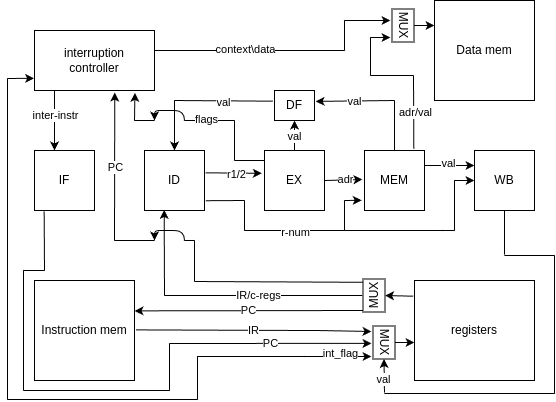
tinunadno/csa_4th_lab keeps this draw.io diagram as contents/risc_DATAPATH.png. Above is the earlier version. Source tidied: cells renumbered, new cells last; positions are measured from the earlier drawing's top-left corner, leaving out a move shared by most shapes.
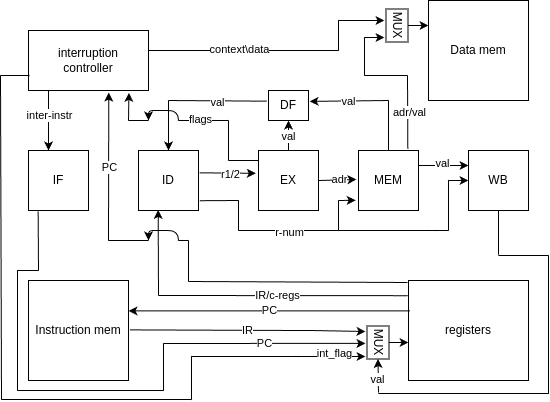
Later version of the same file.

The edit, as a diff of the source:
```diff
@@ -29,9 +29,8 @@
     <mxCell id="10" value="Instruction mem" style="whiteSpace=wrap;html=1;" parent="1" vertex="1">
       <mxGeometry x="27" y="280" width="100" height="100" as="geometry" />
     </mxCell>
-    <mxCell id="11" value="PC" style="endArrow=classic;html=1;rounded=0;entryX=1.011;entryY=0.649;entryDx=0;entryDy=0;entryPerimeter=0;exitX=0.5;exitY=0;exitDx=0;exitDy=0;" parent="1" edge="1">
+    <mxCell id="11" value="PC" style="endArrow=classic;html=1;rounded=0;entryX=1.011;entryY=0.649;entryDx=0;entryDy=0;entryPerimeter=0;exitX=0.011;exitY=0.304;exitDx=0;exitDy=0;exitPerimeter=0;" parent="1" edge="1" source="8">
       <mxGeometry relative="1" as="geometry">
-        <mxPoint x="355.5" y="310" as="sourcePoint" />
         <mxPoint x="127" y="310.3" as="targetPoint" />
       </mxGeometry>
     </mxCell>
@@ -67,10 +66,9 @@
         <mxPoint x="364" y="342.9" as="targetPoint" />
       </mxGeometry>
     </mxCell>
-    <mxCell id="17" style="endArrow=none;html=1;rounded=0;entryX=0.278;entryY=-0.122;entryDx=0;entryDy=0;entryPerimeter=0;" parent="1" edge="1">
+    <mxCell id="17" style="endArrow=none;html=1;rounded=0;entryX=-0.006;entryY=0.152;entryDx=0;entryDy=0;entryPerimeter=0;" parent="1" edge="1" target="8">
       <mxGeometry relative="1" as="geometry">
         <mxPoint x="157" y="295" as="sourcePoint" />
-        <mxPoint x="354.8" y="295" as="targetPoint" />
       </mxGeometry>
     </mxCell>
     <mxCell id="18" value="IR/c-regs" style="edgeLabel;html=1;align=center;verticalAlign=middle;" parent="17" vertex="1">
@@ -356,15 +354,10 @@
     <mxCell id="75" style="endArrow=classic;html=1;rounded=0;exitX=0.5;exitY=0;exitDx=0;exitDy=0;entryX=0;entryY=0.25;entryDx=0;entryDy=0;" parent="1" edge="1" source="71" target="9">
       <mxGeometry relative="1" as="geometry" />
     </mxCell>
-    <mxCell id="76" value="MUX" style="rounded=0;whiteSpace=wrap;html=1;rotation=-90;" parent="1" vertex="1">
-      <mxGeometry x="350" y="284" width="33" height="22" as="geometry" />
-    </mxCell>
-    <mxCell id="77" style="endArrow=classic;html=1;rounded=0;exitX=-0.011;exitY=0.157;exitDx=0;exitDy=0;exitPerimeter=0;entryX=0.5;entryY=1;entryDx=0;entryDy=0;" parent="1" edge="1" source="8" target="76">
-      <mxGeometry relative="1" as="geometry" />
-    </mxCell>
-    <mxCell id="78" style="endArrow=none;html=1;rounded=0;entryX=0.9;entryY=-0.005;entryDx=0;entryDy=0;entryPerimeter=0;" parent="1" edge="1" target="76">
+    <mxCell id="78" style="endArrow=none;html=1;rounded=0;" parent="1" edge="1">
       <mxGeometry relative="1" as="geometry">
         <mxPoint x="187" y="281" as="sourcePoint" />
+        <mxPoint x="406" y="282" as="targetPoint" />
       </mxGeometry>
     </mxCell>
     <mxCell id="79" value="MUX" style="rounded=0;whiteSpace=wrap;html=1;rotation=90;" parent="1" vertex="1">
@@ -385,14 +378,9 @@
     <mxCell id="82" style="endArrow=none;html=1;rounded=0;" parent="1" edge="1">
       <mxGeometry relative="1" as="geometry">
         <mxPoint y="399" as="sourcePoint" />
-        <mxPoint y="78" as="targetPoint" />
+        <mxPoint x="-1" y="75" as="targetPoint" />
       </mxGeometry>
     </mxCell>
-    <mxCell id="83" style="endArrow=classic;html=1;rounded=0;entryX=-0.003;entryY=0.797;entryDx=0;entryDy=0;entryPerimeter=0;" parent="1" edge="1" target="2">
-      <mxGeometry relative="1" as="geometry">
-        <mxPoint y="78" as="sourcePoint" />
-      </mxGeometry>
-    </mxCell>
     <mxCell id="84" style="endArrow=classic;html=1;rounded=0;exitX=0.5;exitY=0;exitDx=0;exitDy=0;entryX=0;entryY=0.62;entryDx=0;entryDy=0;entryPerimeter=0;" parent="1" edge="1" source="79" target="8">
       <mxGeometry relative="1" as="geometry" />
     </mxCell>
@@ -431,5 +419,11 @@
         <mxPoint x="162" y="343" as="targetPoint" />
       </mxGeometry>
     </mxCell>
+    <mxCell id="91" style="endArrow=none;html=1;rounded=0;entryX=0;entryY=0.75;entryDx=0;entryDy=0;" parent="1" edge="1">
+      <mxGeometry relative="1" as="geometry">
+        <mxPoint x="-1" y="75" as="sourcePoint" />
+        <mxPoint x="28" y="75" as="targetPoint" />
+      </mxGeometry>
+    </mxCell>
   </root>
 </mxGraphModel>
```
